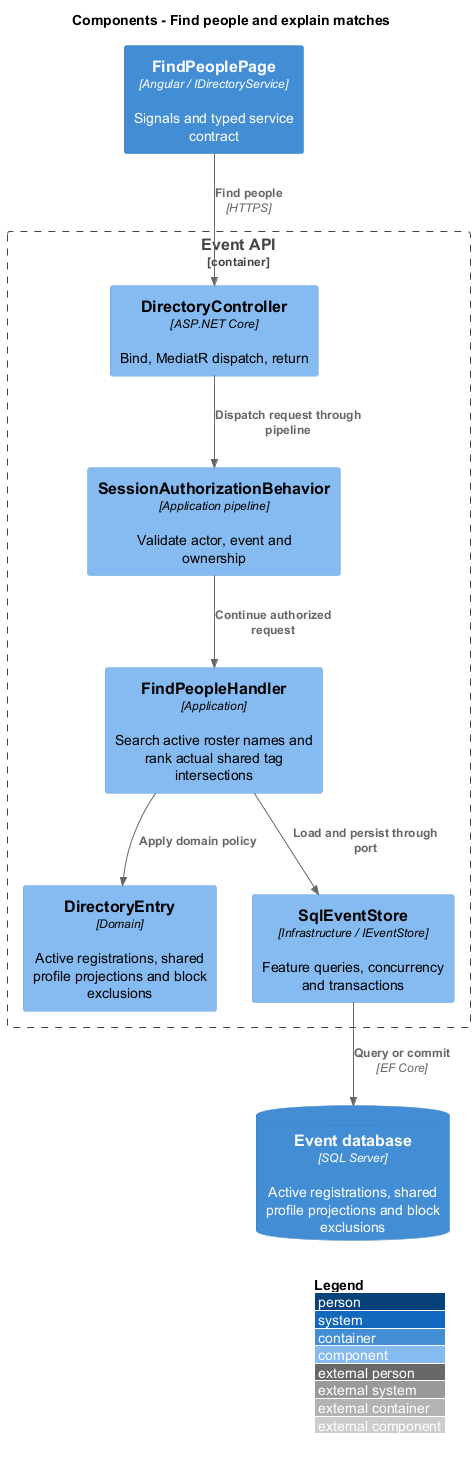
Earlier version of the PlantUML export docs/detailed-designs/community/find-people/diagrams/c4-component.png (QuinntyneBrown/faithtech-toronto-ai-build-event).
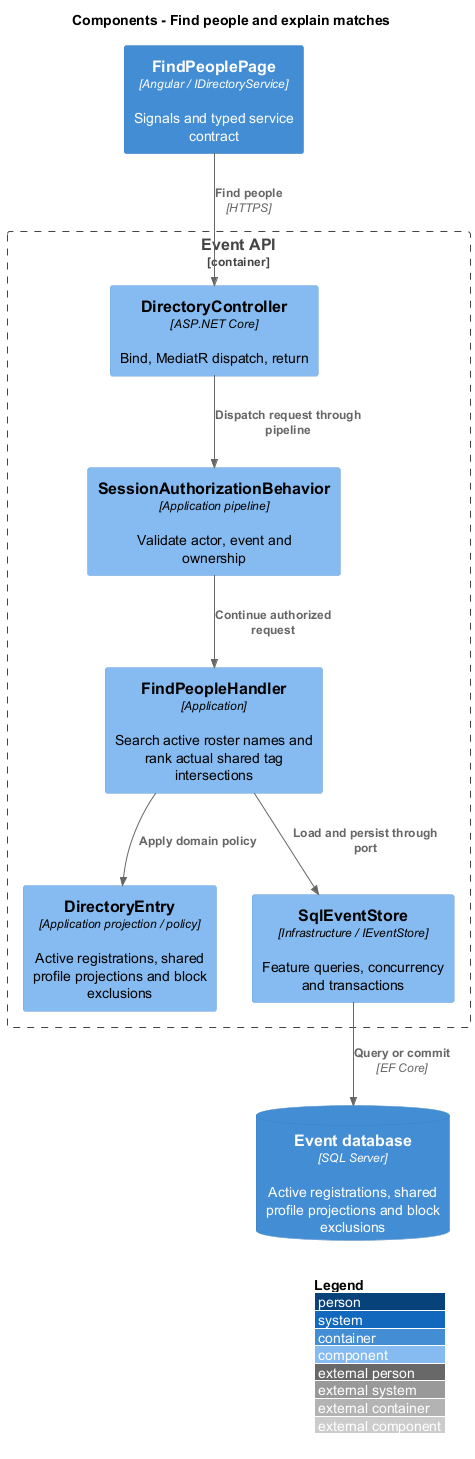
Above is the later version.

The edit, as a diff of the source:
```diff
@@ -7,7 +7,7 @@
 Component(ctrl, "DirectoryController", "ASP.NET Core", "Bind, MediatR dispatch, return")
 Component(gate, "SessionAuthorizationBehavior", "Application pipeline", "Validate actor, event and ownership")
 Component(handler, "FindPeopleHandler", "Application", "Search active roster names and rank actual shared tag intersections")
-Component(entity, "DirectoryEntry", "Domain", "Active registrations, shared profile projections and block exclusions")
+Component(entity, "DirectoryEntry", "Application projection / policy", "Active registrations, shared profile projections and block exclusions")
 Component(store, "SqlEventStore", "Infrastructure / IEventStore", "Feature queries, concurrency and transactions")
 }
 ContainerDb(db, "Event database", "SQL Server", "Active registrations, shared profile projections and block exclusions")
```
